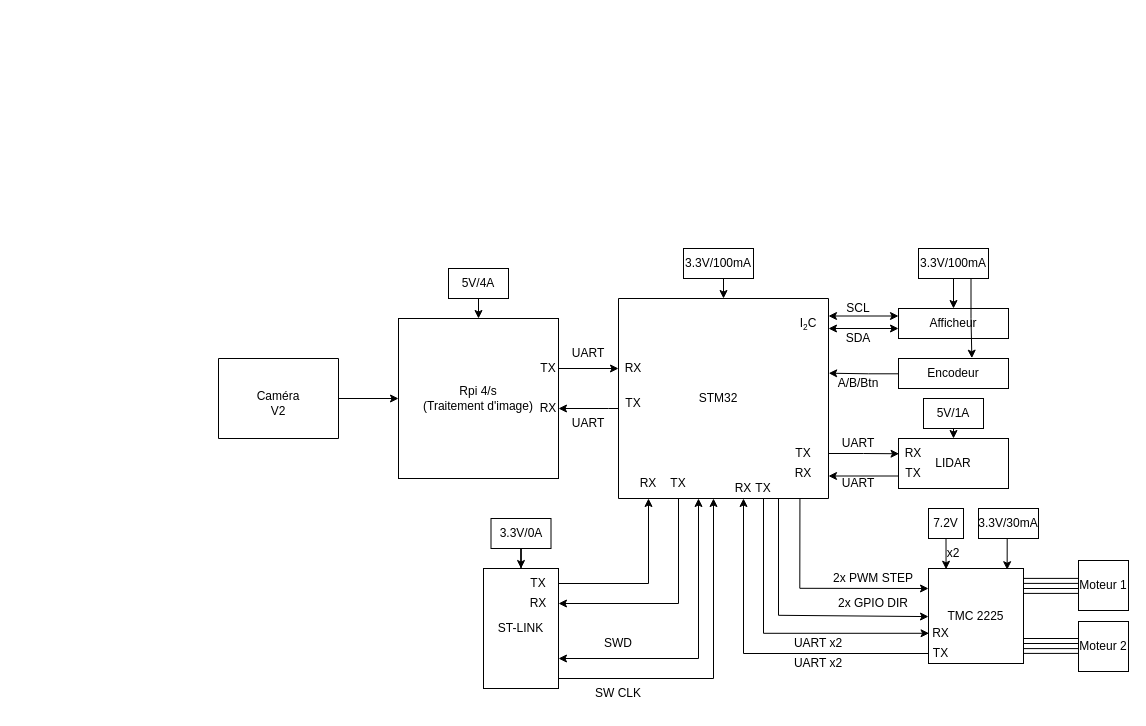
Earlier version of the draw.io diagram 1A/PAMI/PCB/Architecture.drawio (AresEnsea/2324_Projet2A_AresCFR). Source tidied: cells renumbered, new cells numbered last; positions are measured from the earlier drawing's top-left corner, leaving out a move shared by most shapes. Both pictures are drawn from the tidied source at 100%, with x=0, y=0 at pixel (218, 248).
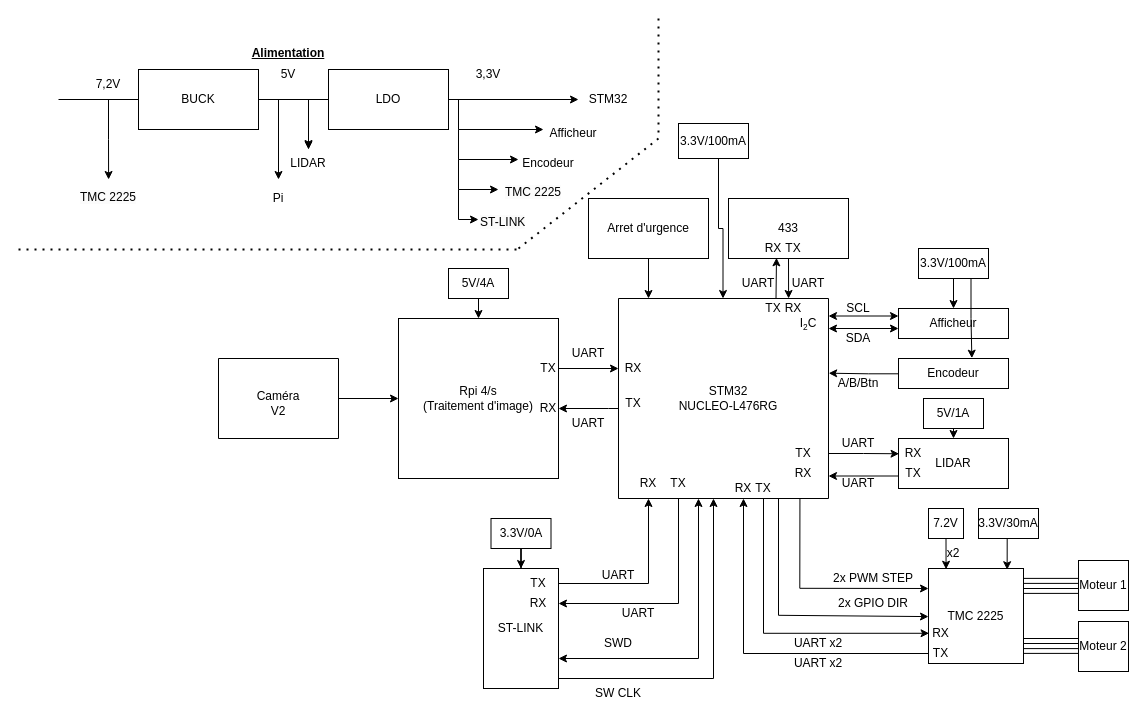
After the change.

Commit message:
Mettre à jour Architecture.drawio

Unchanged cells that the change refers to:
```xml
<mxCell id="2" style="swimlane;startSize=0;" parent="1" vertex="1">
  <mxGeometry x="400" y="50" width="210" height="200" as="geometry" />
</mxCell>
```

What changed in the source:
```diff
@@
-    <mxCell id="3" value="STM32" style="text;strokeColor=none;align=center;fillColor=none;html=1;verticalAlign=middle;whiteSpace=wrap;rounded=0;" parent="2" vertex="1">
-      <mxGeometry x="70" y="85" width="60" height="30" as="geometry" />
+    <mxCell id="3" value="STM32&lt;div&gt;NUCLEO-L476RG&lt;/div&gt;" style="text;strokeColor=none;align=center;fillColor=none;html=1;verticalAlign=middle;whiteSpace=wrap;rounded=0;" parent="2" vertex="1">
+      <mxGeometry x="50" y="67.5" width="120" height="65" as="geometry" />
     </mxCell>
@@
-    <mxCell id="18" style="edgeStyle=orthogonalEdgeStyle;rounded=0;jettySize=auto;html=1;exitX=0.5;exitY=1;exitDx=0;exitDy=0;entryX=0.5;entryY=0;entryDx=0;entryDy=0;" parent="1" edge="1" source="19" target="2">
-      <mxGeometry relative="1" as="geometry" />
+    <mxCell id="18" style="edgeStyle=orthogonalEdgeStyle;rounded=0;orthogonalLoop=1;jettySize=auto;html=1;exitX=0.5;exitY=1;exitDx=0;exitDy=0;" parent="1" edge="1">
+      <mxGeometry relative="1" as="geometry">
+        <mxPoint x="505.5" y="-90" as="sourcePoint" />
+        <mxPoint x="504.5" y="50" as="targetPoint" />
+        <Array as="points">
+          <mxPoint x="500" y="-90" />
+          <mxPoint x="500" y="-20" />
+          <mxPoint x="505" y="-20" />
+        </Array>
+      </mxGeometry>
     </mxCell>
     <mxCell id="19" value="3.3V/100mA" style="rounded=0;whiteSpace=wrap;html=1;" parent="1" vertex="1">
-      <mxGeometry x="465" width="70" height="30" as="geometry" />
+      <mxGeometry x="460" y="-125" width="70" height="35" as="geometry" />
     </mxCell>
@@
+    <mxCell id="84" value="433" style="rounded=0;whiteSpace=wrap;html=1;" parent="1" vertex="1">
+      <mxGeometry x="510" y="-50" width="120" height="60" as="geometry" />
+    </mxCell>
+    <mxCell id="85" value="Arret d'urgence" style="rounded=0;whiteSpace=wrap;html=1;" parent="1" vertex="1">
+      <mxGeometry x="370" y="-50" width="120" height="60" as="geometry" />
+    </mxCell>
+    <mxCell id="86" style="endArrow=classic;html=1;rounded=0;exitX=0.5;exitY=1;exitDx=0;exitDy=0;" parent="1" edge="1" source="85">
+      <mxGeometry relative="1" as="geometry">
+        <mxPoint x="430" y="50" as="targetPoint" />
+      </mxGeometry>
+    </mxCell>
+    <mxCell id="87" style="endArrow=classic;html=1;rounded=0;exitX=0.5;exitY=1;exitDx=0;exitDy=0;entryX=0.81;entryY=0;entryDx=0;entryDy=0;entryPerimeter=0;" parent="1" edge="1" source="84" target="2">
+      <mxGeometry relative="1" as="geometry" />
+    </mxCell>
+    <mxCell id="88" style="endArrow=classic;html=1;rounded=0;entryX=0.4;entryY=0.989;entryDx=0;entryDy=0;exitX=0.75;exitY=0;exitDx=0;exitDy=0;entryPerimeter=0;" parent="1" edge="1" source="2" target="84">
+      <mxGeometry relative="1" as="geometry" />
+    </mxCell>
+    <mxCell id="89" value="BUCK" style="rounded=0;whiteSpace=wrap;html=1;" parent="1" vertex="1">
+      <mxGeometry x="-80" y="-179" width="120" height="60" as="geometry" />
+    </mxCell>
+    <mxCell id="90" value="LDO" style="rounded=0;whiteSpace=wrap;html=1;" parent="1" vertex="1">
+      <mxGeometry x="110" y="-179" width="120" height="60" as="geometry" />
+    </mxCell>
+    <mxCell id="91" value="RX" style="text;strokeColor=none;align=center;fillColor=none;html=1;verticalAlign=middle;whiteSpace=wrap;rounded=0;" parent="1" vertex="1">
+      <mxGeometry x="540" y="-10" width="30" height="20" as="geometry" />
+    </mxCell>
+    <mxCell id="92" value="TX" style="text;strokeColor=none;align=center;fillColor=none;html=1;verticalAlign=middle;whiteSpace=wrap;rounded=0;" parent="1" vertex="1">
+      <mxGeometry x="560" y="-10" width="30" height="20" as="geometry" />
+    </mxCell>
+    <mxCell id="93" value="TX" style="text;strokeColor=none;align=center;fillColor=none;html=1;verticalAlign=middle;whiteSpace=wrap;rounded=0;" parent="1" vertex="1">
+      <mxGeometry x="540" y="50" width="30" height="20" as="geometry" />
+    </mxCell>
+    <mxCell id="94" value="RX" style="text;strokeColor=none;align=center;fillColor=none;html=1;verticalAlign=middle;whiteSpace=wrap;rounded=0;" parent="1" vertex="1">
+      <mxGeometry x="560" y="50" width="30" height="20" as="geometry" />
+    </mxCell>
+    <mxCell id="95" value="UART" style="text;strokeColor=none;align=center;fillColor=none;html=1;verticalAlign=middle;whiteSpace=wrap;rounded=0;" parent="1" vertex="1">
+      <mxGeometry x="510" y="20" width="60" height="30" as="geometry" />
+    </mxCell>
+    <mxCell id="96" value="UART" style="text;strokeColor=none;align=center;fillColor=none;html=1;verticalAlign=middle;whiteSpace=wrap;rounded=0;" parent="1" vertex="1">
+      <mxGeometry x="560" y="20" width="60" height="30" as="geometry" />
+    </mxCell>
+    <mxCell id="97" value="UART" style="text;strokeColor=none;align=center;fillColor=none;html=1;verticalAlign=middle;whiteSpace=wrap;rounded=0;" parent="1" vertex="1">
+      <mxGeometry x="370" y="312" width="60" height="30" as="geometry" />
+    </mxCell>
+    <mxCell id="98" value="UART" style="text;strokeColor=none;align=center;fillColor=none;html=1;verticalAlign=middle;whiteSpace=wrap;rounded=0;" parent="1" vertex="1">
+      <mxGeometry x="390" y="350" width="60" height="30" as="geometry" />
+    </mxCell>
+    <mxCell id="99" style="endArrow=none;html=1;rounded=0;exitX=0;exitY=0.5;exitDx=0;exitDy=0;" parent="1" edge="1" source="89">
+      <mxGeometry relative="1" as="geometry">
+        <mxPoint x="-160" y="-149" as="targetPoint" />
+      </mxGeometry>
+    </mxCell>
+    <mxCell id="100" style="endArrow=none;html=1;rounded=0;exitX=1;exitY=0.5;exitDx=0;exitDy=0;entryX=0;entryY=0.5;entryDx=0;entryDy=0;" parent="1" edge="1" source="89" target="90">
+      <mxGeometry relative="1" as="geometry" />
+    </mxCell>
+    <mxCell id="101" style="endArrow=classic;html=1;rounded=0;" parent="1" edge="1">
+      <mxGeometry relative="1" as="geometry">
+        <mxPoint x="60" y="-149" as="sourcePoint" />
+        <mxPoint x="60" y="-69" as="targetPoint" />
+      </mxGeometry>
+    </mxCell>
+    <mxCell id="102" style="endArrow=classic;html=1;rounded=0;" parent="1" edge="1" source="122">
+      <mxGeometry relative="1" as="geometry">
+        <mxPoint x="90" y="-99" as="targetPoint" />
+      </mxGeometry>
+    </mxCell>
+    <mxCell id="103" style="endArrow=classic;html=1;rounded=0;exitX=1;exitY=0.5;exitDx=0;exitDy=0;entryX=0;entryY=0.5;entryDx=0;entryDy=0;" parent="1" edge="1" source="90" target="113">
+      <mxGeometry relative="1" as="geometry" />
+    </mxCell>
+    <mxCell id="104" style="endArrow=classic;html=1;rounded=0;entryX=0;entryY=0.5;entryDx=0;entryDy=0;" parent="1" edge="1">
+      <mxGeometry relative="1" as="geometry">
+        <mxPoint x="240" y="-149" as="sourcePoint" />
+        <mxPoint x="325" y="-119" as="targetPoint" />
+        <Array as="points">
+          <mxPoint x="240" y="-119" />
+        </Array>
+      </mxGeometry>
+    </mxCell>
+    <mxCell id="105" value="3,3V" style="text;strokeColor=none;align=center;fillColor=none;html=1;verticalAlign=middle;whiteSpace=wrap;rounded=0;" parent="1" vertex="1">
+      <mxGeometry x="240" y="-189" width="60" height="30" as="geometry" />
+    </mxCell>
+    <mxCell id="106" value="5V" style="text;strokeColor=none;align=center;fillColor=none;html=1;verticalAlign=middle;whiteSpace=wrap;rounded=0;" parent="1" vertex="1">
+      <mxGeometry x="40" y="-189" width="60" height="30" as="geometry" />
+    </mxCell>
+    <mxCell id="107" style="edgeStyle=orthogonalEdgeStyle;rounded=0;jettySize=auto;html=1;exitX=0.5;exitY=1;exitDx=0;exitDy=0;" parent="1" edge="1" source="108">
+      <mxGeometry relative="1" as="geometry">
+        <mxPoint x="-109.9" y="-69" as="targetPoint" />
+      </mxGeometry>
+    </mxCell>
+    <mxCell id="108" value="7,2V" style="text;strokeColor=none;align=center;fillColor=none;html=1;verticalAlign=middle;whiteSpace=wrap;rounded=0;" parent="1" vertex="1">
+      <mxGeometry x="-140" y="-179" width="60" height="30" as="geometry" />
+    </mxCell>
+    <mxCell id="109" value="Pi" style="text;strokeColor=none;align=center;fillColor=none;html=1;verticalAlign=middle;whiteSpace=wrap;rounded=0;" parent="1" vertex="1">
+      <mxGeometry x="30" y="-65" width="60" height="30" as="geometry" />
+    </mxCell>
+    <mxCell id="110" value="&lt;span style=&quot;color: rgb(0, 0, 0); font-family: Helvetica; font-size: 12px; font-style: normal; font-variant-ligatures: normal; font-variant-caps: normal; font-weight: 400; letter-spacing: normal; orphans: 2; text-align: center; text-indent: 0px; text-transform: none; widows: 2; word-spacing: 0px; -webkit-text-stroke-width: 0px; white-space: normal; background-color: rgb(251, 251, 251); text-decoration-thickness: initial; text-decoration-style: initial; text-decoration-color: initial; display: inline !important; float: none;&quot;&gt;TMC 2225&lt;/span&gt;" style="text;whiteSpace=wrap;html=1;" parent="1" vertex="1">
+      <mxGeometry x="-140" y="-65" width="90" height="40" as="geometry" />
+    </mxCell>
+    <mxCell id="111" style="endArrow=classic;html=1;rounded=0;entryX=0;entryY=0.5;entryDx=0;entryDy=0;" parent="1" edge="1">
+      <mxGeometry relative="1" as="geometry">
+        <mxPoint x="240" y="-119" as="sourcePoint" />
+        <mxPoint x="300" y="-89" as="targetPoint" />
+        <Array as="points">
+          <mxPoint x="240" y="-89" />
+        </Array>
+      </mxGeometry>
+    </mxCell>
+    <mxCell id="112" value="&lt;u&gt;&lt;b&gt;Alimentation&lt;/b&gt;&lt;/u&gt;" style="text;strokeColor=none;align=center;fillColor=none;html=1;verticalAlign=middle;whiteSpace=wrap;rounded=0;" parent="1" vertex="1">
+      <mxGeometry x="5" y="-210" width="130" height="30" as="geometry" />
+    </mxCell>
+    <mxCell id="113" value="STM32" style="text;strokeColor=none;align=center;fillColor=none;html=1;verticalAlign=middle;whiteSpace=wrap;rounded=0;" parent="1" vertex="1">
+      <mxGeometry x="360" y="-164" width="60" height="30" as="geometry" />
+    </mxCell>
+    <mxCell id="114" value="Afficheur" style="text;strokeColor=none;align=center;fillColor=none;html=1;verticalAlign=middle;whiteSpace=wrap;rounded=0;" parent="1" vertex="1">
+      <mxGeometry x="325" y="-130" width="60" height="30" as="geometry" />
+    </mxCell>
+    <mxCell id="115" value="Encodeur" style="text;strokeColor=none;align=center;fillColor=none;html=1;verticalAlign=middle;whiteSpace=wrap;rounded=0;" parent="1" vertex="1">
+      <mxGeometry x="300" y="-100" width="60" height="30" as="geometry" />
+    </mxCell>
+    <mxCell id="116" style="endArrow=classic;html=1;rounded=0;" parent="1" edge="1">
+      <mxGeometry relative="1" as="geometry">
+        <mxPoint x="240" y="-89" as="sourcePoint" />
+        <mxPoint x="280" y="-59" as="targetPoint" />
+        <Array as="points">
+          <mxPoint x="240" y="-59" />
+        </Array>
+      </mxGeometry>
+    </mxCell>
+    <mxCell id="117" value="&lt;span style=&quot;color: rgb(0, 0, 0); font-family: Helvetica; font-size: 12px; font-style: normal; font-variant-ligatures: normal; font-variant-caps: normal; font-weight: 400; letter-spacing: normal; orphans: 2; text-align: center; text-indent: 0px; text-transform: none; widows: 2; word-spacing: 0px; -webkit-text-stroke-width: 0px; white-space: normal; background-color: rgb(251, 251, 251); text-decoration-thickness: initial; text-decoration-style: initial; text-decoration-color: initial; display: inline !important; float: none;&quot;&gt;TMC 2225&lt;/span&gt;" style="text;whiteSpace=wrap;html=1;" parent="1" vertex="1">
+      <mxGeometry x="285" y="-70" width="90" height="40" as="geometry" />
+    </mxCell>
+    <mxCell id="118" style="endArrow=none;dashed=1;html=1;dashPattern=1 3;strokeWidth=2;rounded=0;" parent="1" edge="1">
+      <mxGeometry relative="1" as="geometry">
+        <mxPoint x="-200" y="1" as="sourcePoint" />
+        <mxPoint x="300" y="1" as="targetPoint" />
+      </mxGeometry>
+    </mxCell>
+    <mxCell id="119" style="endArrow=none;dashed=1;html=1;dashPattern=1 3;strokeWidth=2;rounded=0;" parent="1" edge="1">
+      <mxGeometry relative="1" as="geometry">
+        <mxPoint x="300" as="sourcePoint" />
+        <mxPoint x="440" y="-230" as="targetPoint" />
+        <Array as="points">
+          <mxPoint x="440" y="-110" />
+        </Array>
+      </mxGeometry>
+    </mxCell>
+    <mxCell id="120" style="endArrow=classic;html=1;rounded=0;" parent="1" edge="1">
+      <mxGeometry relative="1" as="geometry">
+        <mxPoint x="240" y="-59" as="sourcePoint" />
+        <mxPoint x="260" y="-29" as="targetPoint" />
+        <Array as="points">
+          <mxPoint x="240" y="-29" />
+        </Array>
+      </mxGeometry>
+    </mxCell>
+    <mxCell id="121" style="endArrow=classic;html=1;rounded=0;" parent="1" edge="1" target="122">
+      <mxGeometry relative="1" as="geometry">
+        <mxPoint x="90" y="-149" as="sourcePoint" />
+      </mxGeometry>
+    </mxCell>
+    <mxCell id="122" value="LIDAR" style="text;strokeColor=none;align=center;fillColor=none;html=1;verticalAlign=middle;whiteSpace=wrap;rounded=0;" parent="1" vertex="1">
+      <mxGeometry x="60" y="-100" width="60" height="30" as="geometry" />
+    </mxCell>
+    <mxCell id="123" value="&lt;span style=&quot;color: rgb(0, 0, 0); font-family: Helvetica; font-size: 12px; font-style: normal; font-variant-ligatures: normal; font-variant-caps: normal; font-weight: 400; letter-spacing: normal; orphans: 2; text-align: center; text-indent: 0px; text-transform: none; widows: 2; word-spacing: 0px; -webkit-text-stroke-width: 0px; white-space: normal; background-color: rgb(251, 251, 251); text-decoration-thickness: initial; text-decoration-style: initial; text-decoration-color: initial; display: inline !important; float: none;&quot;&gt;ST-LINK&lt;/span&gt;" style="text;whiteSpace=wrap;html=1;" parent="1" vertex="1">
+      <mxGeometry x="260" y="-40" width="80" height="40" as="geometry" />
+    </mxCell>
```
